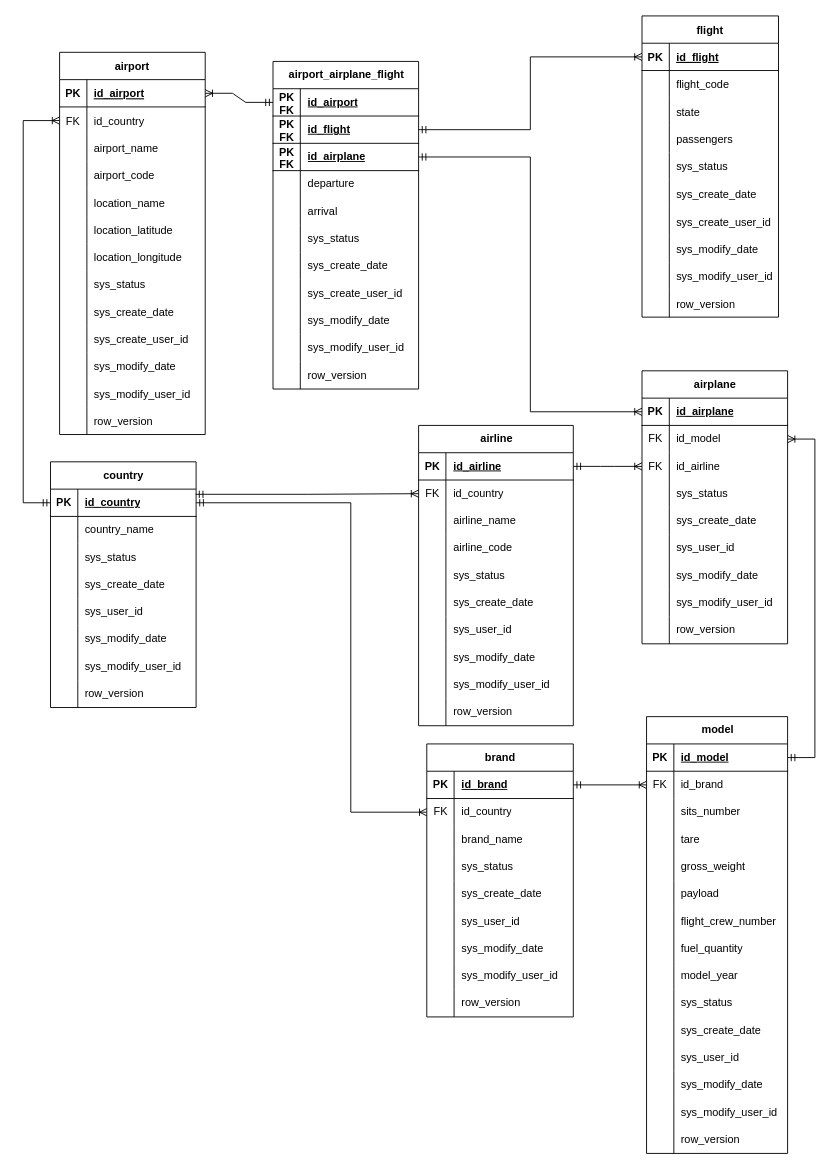
Earlier version of the draw.io diagram DiagramaER_FlightRadar Simplified.drawio (DanielDuarte-Developer/ProjetoBDFlightRadar). Source tidied: cells renumbered, new cells numbered last; positions are measured from the earlier drawing's top-left corner, leaving out a move shared by most shapes. Both pictures are drawn from the tidied source at 91%, with x=0, y=0 at pixel (23, 15).
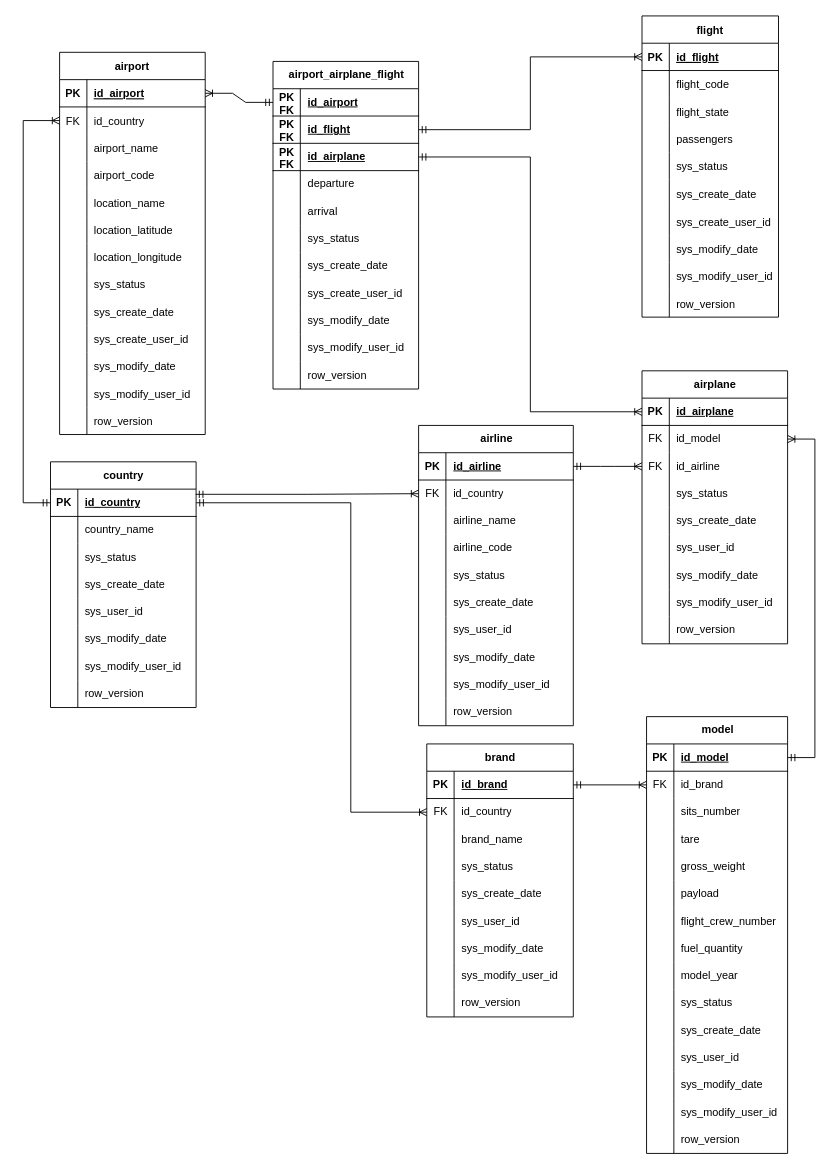
The same diagram, later.

Unchanged cells that the change refers to:
```xml
<mxCell id="9" style="shape=partialRectangle;fillColor=none;top=0;left=0;right=0;bottom=0;" parent="2" vertex="1">
  <mxGeometry y="90" width="150" height="30" as="geometry" />
</mxCell>
```

Change to the diagram source:
```diff
@@
-    <mxCell id="11" value="state" style="shape=partialRectangle;overflow=hidden;fillColor=none;top=0;left=0;bottom=0;right=0;align=left;spacingLeft=6;" parent="9" vertex="1">
+    <mxCell id="11" value="flight_state" style="shape=partialRectangle;overflow=hidden;fillColor=none;top=0;left=0;bottom=0;right=0;align=left;spacingLeft=6;" parent="9" vertex="1">
       <mxGeometry x="30" width="120" height="30" as="geometry" />
     </mxCell>
```
